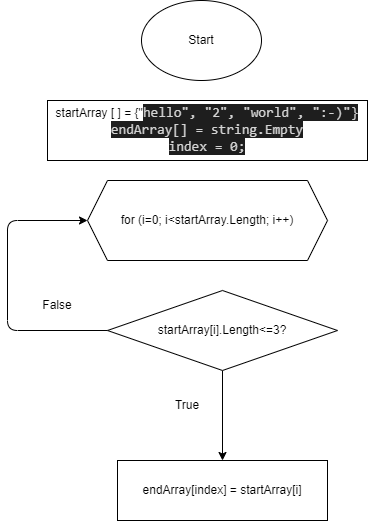
This is maintask.drawio.png from StaciBunx/FinalWork, a draw.io export, as it was before one commit. Source tidied: cells renumbered, new cells last; positions are measured from the earlier drawing's top-left corner, leaving out a move shared by most shapes.
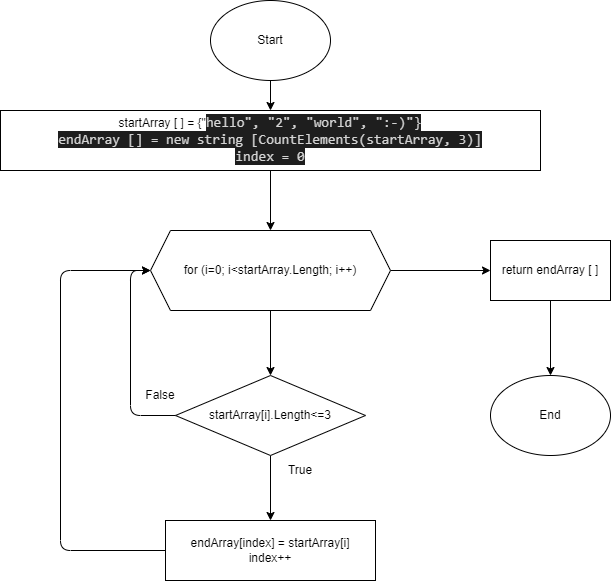
Later version of the same file.

Commit message:
Readme and block-diagram update

The edit, as a diff of the source:
```diff
@@ -2,37 +2,66 @@
   <root>
     <mxCell id="0" />
     <mxCell id="1" parent="0" />
+    <mxCell id="11" style="edgeStyle=none;html=1;" parent="1" edge="1" source="2" target="4">
+      <mxGeometry relative="1" as="geometry" />
+    </mxCell>
     <mxCell id="2" value="Start" style="ellipse;whiteSpace=wrap;html=1;" parent="1" vertex="1">
-      <mxGeometry x="134" width="120" height="80" as="geometry" />
+      <mxGeometry x="140" y="-10" width="120" height="80" as="geometry" />
     </mxCell>
+    <mxCell id="12" style="edgeStyle=none;html=1;" parent="1" edge="1" source="3" target="16">
+      <mxGeometry relative="1" as="geometry" />
+    </mxCell>
+    <mxCell id="13" style="edgeStyle=none;html=1;" parent="1" edge="1" source="3" target="6">
+      <mxGeometry relative="1" as="geometry" />
+    </mxCell>
     <mxCell id="3" value="for (i=0; i&amp;lt;startArray.Length; i++)" style="shape=hexagon;perimeter=hexagonPerimeter2;whiteSpace=wrap;html=1;fixedSize=1;" parent="1" vertex="1">
-      <mxGeometry x="80" y="180" width="240" height="80" as="geometry" />
+      <mxGeometry x="80" y="220" width="240" height="80" as="geometry" />
     </mxCell>
+    <mxCell id="14" style="edgeStyle=none;html=1;" parent="1" edge="1" source="4" target="3">
+      <mxGeometry relative="1" as="geometry" />
+    </mxCell>
-    <mxCell id="4" value="startArray [ ] = {&quot;&lt;span style=&quot;background-color: rgb(30 , 30 , 30) ; color: rgb(212 , 212 , 212) ; font-family: &amp;#34;consolas&amp;#34; , &amp;#34;courier new&amp;#34; , monospace ; font-size: 14px&quot;&gt;hello&quot;, &quot;2&quot;, &quot;world&quot;, &quot;:-)&quot;}&lt;br&gt;endArray[] = string.Empty&lt;br&gt;index = 0;&lt;br&gt;&lt;/span&gt;" style="rounded=0;whiteSpace=wrap;html=1;" parent="1" vertex="1">
-      <mxGeometry x="40" y="100" width="320" height="60" as="geometry" />
+    <mxCell id="4" value="startArray [ ] = {&quot;&lt;span style=&quot;background-color: rgb(30 , 30 , 30) ; color: rgb(212 , 212 , 212) ; font-family: &amp;#34;consolas&amp;#34; , &amp;#34;courier new&amp;#34; , monospace ; font-size: 14px&quot;&gt;hello&quot;, &quot;2&quot;, &quot;world&quot;, &quot;:-)&quot;}&lt;br&gt;endArray [] = new string [CountElements(startArray, 3)]&lt;br&gt;index = 0&lt;br&gt;&lt;/span&gt;" style="rounded=0;whiteSpace=wrap;html=1;" parent="1" vertex="1">
+      <mxGeometry x="-70" y="100" width="540" height="60" as="geometry" />
     </mxCell>
     <mxCell id="5" style="edgeStyle=none;html=1;" parent="1" edge="1" source="6" target="9">
       <mxGeometry relative="1" as="geometry" />
     </mxCell>
-    <mxCell id="6" value="startArray[i].Length&amp;lt;=3?" style="rhombus;whiteSpace=wrap;html=1;" parent="1" vertex="1">
-      <mxGeometry x="100" y="290" width="230" height="80" as="geometry" />
+    <mxCell id="6" value="startArray[i].Length&amp;lt;=3" style="rhombus;whiteSpace=wrap;html=1;" parent="1" vertex="1">
+      <mxGeometry x="105" y="365" width="190" height="80" as="geometry" />
     </mxCell>
-    <mxCell id="7" style="endArrow=classic;html=1;exitX=0;exitY=0.5;exitDx=0;exitDy=0;entryX=0;entryY=0.5;entryDx=0;entryDy=0;" parent="1" edge="1" source="6" target="3">
-      <mxGeometry relative="1" as="geometry">
-        <Array as="points">
-          <mxPoint y="330" />
-          <mxPoint y="220" />
-        </Array>
-      </mxGeometry>
-    </mxCell>
     <mxCell id="8" value="False" style="text;html=1;strokeColor=none;fillColor=none;align=center;verticalAlign=middle;whiteSpace=wrap;rounded=0;" parent="1" vertex="1">
-      <mxGeometry x="20" y="290" width="60" height="30" as="geometry" />
+      <mxGeometry x="60" y="370" width="60" height="30" as="geometry" />
     </mxCell>
-    <mxCell id="9" value="endArray[index] = startArray[i]" style="whiteSpace=wrap;html=1;" parent="1" vertex="1">
-      <mxGeometry x="110" y="460" width="210" height="60" as="geometry" />
+    <mxCell id="9" value="endArray[index] = startArray[i]&lt;br&gt;index++" style="whiteSpace=wrap;html=1;" parent="1" vertex="1">
+      <mxGeometry x="95" y="510" width="210" height="60" as="geometry" />
     </mxCell>
     <mxCell id="10" value="True" style="text;html=1;strokeColor=none;fillColor=none;align=center;verticalAlign=middle;whiteSpace=wrap;rounded=0;" parent="1" vertex="1">
-      <mxGeometry x="150" y="390" width="60" height="30" as="geometry" />
+      <mxGeometry x="200" y="445" width="60" height="30" as="geometry" />
     </mxCell>
+    <mxCell id="15" style="edgeStyle=none;html=1;" parent="1" edge="1" source="16" target="17">
+      <mxGeometry relative="1" as="geometry" />
+    </mxCell>
+    <mxCell id="16" value="return endArray [ ]" style="rounded=0;whiteSpace=wrap;html=1;" parent="1" vertex="1">
+      <mxGeometry x="420" y="230" width="120" height="60" as="geometry" />
+    </mxCell>
+    <mxCell id="17" value="End" style="ellipse;whiteSpace=wrap;html=1;" parent="1" vertex="1">
+      <mxGeometry x="420" y="365" width="120" height="80" as="geometry" />
+    </mxCell>
+    <mxCell id="7" style="endArrow=classic;html=1;exitX=0;exitY=0.5;exitDx=0;exitDy=0;entryX=0;entryY=0.5;entryDx=0;entryDy=0;" parent="1" edge="1" source="6" target="3">
+      <mxGeometry relative="1" as="geometry">
+        <Array as="points">
+          <mxPoint x="60" y="405" />
+          <mxPoint x="60" y="260" />
+        </Array>
+      </mxGeometry>
+    </mxCell>
+    <mxCell id="18" style="endArrow=classic;html=1;exitX=0;exitY=0.5;exitDx=0;exitDy=0;entryX=0;entryY=0.5;entryDx=0;entryDy=0;" parent="1" edge="1" source="9" target="3">
+      <mxGeometry relative="1" as="geometry">
+        <Array as="points">
+          <mxPoint x="-10" y="540" />
+          <mxPoint x="-10" y="260" />
+        </Array>
+      </mxGeometry>
+    </mxCell>
   </root>
 </mxGraphModel>
```
